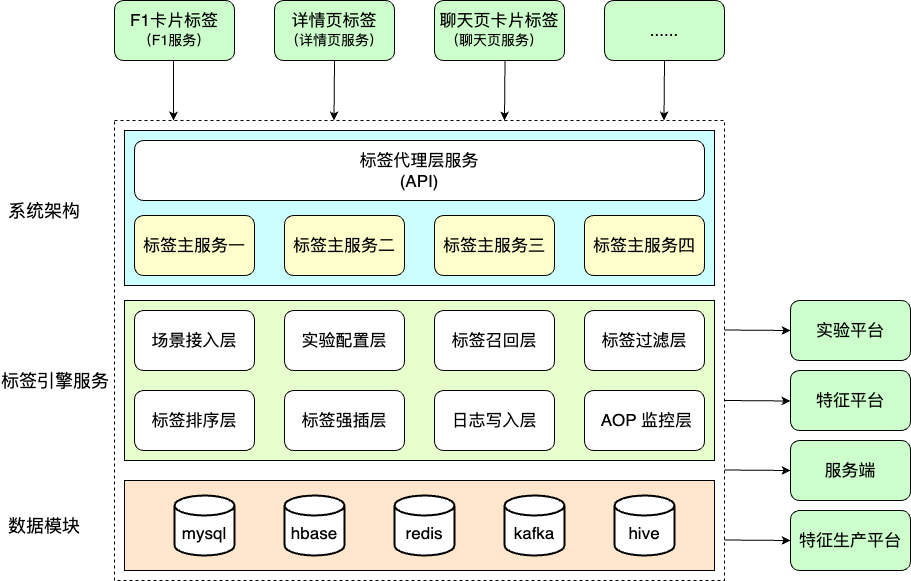
This is work-draw-file/标签平台架构图.png from liujunao/draw-data, a draw.io export, as it was before one commit. Source tidied: cells renumbered, new cells last; positions are measured from the earlier drawing's top-left corner, leaving out a move shared by most shapes.
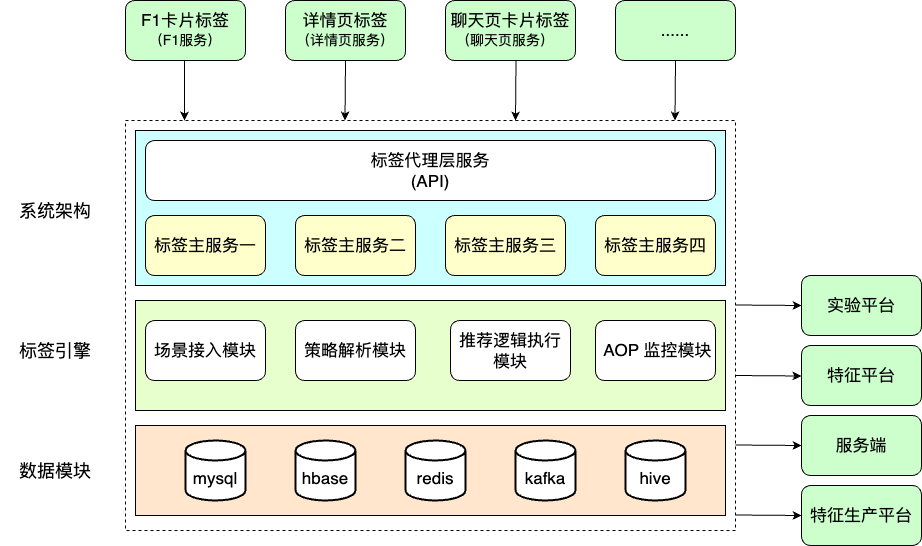
The same file after the commit.

Commit message:
更新标签平台架构图.png

What changed in the source:
```diff
@@ -3,13 +3,13 @@
     <mxCell id="0" />
     <mxCell id="1" parent="0" />
     <mxCell id="2" style="rounded=0;whiteSpace=wrap;html=1;dashed=1;" parent="1" vertex="1">
-      <mxGeometry x="114" y="120" width="610" height="460" as="geometry" />
+      <mxGeometry x="114" y="120" width="610" height="410" as="geometry" />
     </mxCell>
     <mxCell id="3" style="rounded=0;whiteSpace=wrap;html=1;fillColor=#FFE6CC;" parent="1" vertex="1">
-      <mxGeometry x="124" y="480" width="590" height="90" as="geometry" />
+      <mxGeometry x="124" y="425" width="590" height="90" as="geometry" />
     </mxCell>
     <mxCell id="4" style="rounded=0;whiteSpace=wrap;html=1;fillColor=#E6FFCC;" parent="1" vertex="1">
-      <mxGeometry x="124" y="300" width="590" height="160" as="geometry" />
+      <mxGeometry x="124" y="300" width="590" height="110" as="geometry" />
     </mxCell>
     <mxCell id="5" style="rounded=0;whiteSpace=wrap;html=1;fillColor=#CCFFFF;" parent="1" vertex="1">
       <mxGeometry x="124" y="130" width="590" height="155" as="geometry" />
@@ -41,62 +41,50 @@
     <mxCell id="14" value="&lt;font size=&quot;3&quot;&gt;标签主服务四&lt;/font&gt;" style="rounded=1;whiteSpace=wrap;html=1;fillColor=#FFFFCC;" parent="1" vertex="1">
       <mxGeometry x="584" y="215" width="120" height="60" as="geometry" />
     </mxCell>
-    <mxCell id="15" value="&lt;font size=&quot;3&quot;&gt;场景接入层&lt;/font&gt;" style="rounded=1;whiteSpace=wrap;html=1;" parent="1" vertex="1">
-      <mxGeometry x="134" y="310" width="120" height="60" as="geometry" />
+    <mxCell id="15" value="&lt;font size=&quot;3&quot;&gt;场景接入模块&lt;/font&gt;" style="rounded=1;whiteSpace=wrap;html=1;" parent="1" vertex="1">
+      <mxGeometry x="134" y="320" width="120" height="60" as="geometry" />
     </mxCell>
-    <mxCell id="16" value="&lt;font size=&quot;3&quot;&gt;实验配置层&lt;/font&gt;" style="rounded=1;whiteSpace=wrap;html=1;" parent="1" vertex="1">
-      <mxGeometry x="284" y="310" width="120" height="60" as="geometry" />
+    <mxCell id="16" value="&lt;font size=&quot;3&quot;&gt;策略解析模块&lt;/font&gt;" style="rounded=1;whiteSpace=wrap;html=1;" parent="1" vertex="1">
+      <mxGeometry x="284" y="320" width="120" height="60" as="geometry" />
     </mxCell>
-    <mxCell id="17" value="&lt;font size=&quot;3&quot;&gt;标签召回层&lt;/font&gt;" style="rounded=1;whiteSpace=wrap;html=1;" parent="1" vertex="1">
-      <mxGeometry x="434" y="310" width="120" height="60" as="geometry" />
-    </mxCell>
-    <mxCell id="18" value="&lt;font size=&quot;3&quot;&gt;标签过滤层&lt;/font&gt;" style="rounded=1;whiteSpace=wrap;html=1;" parent="1" vertex="1">
-      <mxGeometry x="584" y="310" width="120" height="60" as="geometry" />
-    </mxCell>
-    <mxCell id="19" value="&lt;font size=&quot;3&quot;&gt;标签排序层&lt;/font&gt;" style="rounded=1;whiteSpace=wrap;html=1;" parent="1" vertex="1">
-      <mxGeometry x="134" y="390" width="120" height="60" as="geometry" />
+    <mxCell id="19" value="&lt;font size=&quot;3&quot;&gt;推荐逻辑执行模块&lt;/font&gt;" style="rounded=1;whiteSpace=wrap;html=1;" parent="1" vertex="1">
+      <mxGeometry x="439" y="320" width="120" height="60" as="geometry" />
     </mxCell>
-    <mxCell id="20" value="&lt;font size=&quot;3&quot;&gt;标签强插层&lt;/font&gt;" style="rounded=1;whiteSpace=wrap;html=1;" parent="1" vertex="1">
-      <mxGeometry x="284" y="390" width="120" height="60" as="geometry" />
-    </mxCell>
     <mxCell id="21" value="&lt;font size=&quot;3&quot;&gt;特征平台&lt;/font&gt;" style="rounded=1;whiteSpace=wrap;html=1;fillColor=#CCFFCC;" parent="1" vertex="1">
-      <mxGeometry x="790" y="370" width="120" height="60" as="geometry" />
+      <mxGeometry x="790" y="345" width="120" height="60" as="geometry" />
     </mxCell>
     <mxCell id="22" value="&lt;br&gt;&lt;font size=&quot;3&quot;&gt;mysql&lt;/font&gt;" style="strokeWidth=2;html=1;shape=mxgraph.flowchart.database;whiteSpace=wrap;" parent="1" vertex="1">
-      <mxGeometry x="174" y="495" width="60" height="60" as="geometry" />
+      <mxGeometry x="174" y="440" width="60" height="60" as="geometry" />
     </mxCell>
     <mxCell id="23" value="&lt;br&gt;&lt;font size=&quot;3&quot;&gt;kafka&lt;/font&gt;" style="strokeWidth=2;html=1;shape=mxgraph.flowchart.database;whiteSpace=wrap;" parent="1" vertex="1">
-      <mxGeometry x="504" y="495" width="60" height="60" as="geometry" />
+      <mxGeometry x="504" y="440" width="60" height="60" as="geometry" />
     </mxCell>
     <mxCell id="24" value="&lt;font size=&quot;3&quot;&gt;特征生产平台&lt;/font&gt;" style="rounded=1;whiteSpace=wrap;html=1;fillColor=#CCFFCC;" parent="1" vertex="1">
-      <mxGeometry x="790" y="510" width="120" height="60" as="geometry" />
+      <mxGeometry x="790" y="485" width="120" height="60" as="geometry" />
     </mxCell>
     <mxCell id="25" value="&lt;br&gt;&lt;font size=&quot;3&quot;&gt;hbase&lt;/font&gt;" style="strokeWidth=2;html=1;shape=mxgraph.flowchart.database;whiteSpace=wrap;" parent="1" vertex="1">
-      <mxGeometry x="284" y="495" width="60" height="60" as="geometry" />
+      <mxGeometry x="284" y="440" width="60" height="60" as="geometry" />
     </mxCell>
     <mxCell id="26" value="&lt;br&gt;&lt;font size=&quot;3&quot;&gt;hive&lt;/font&gt;" style="strokeWidth=2;html=1;shape=mxgraph.flowchart.database;whiteSpace=wrap;" parent="1" vertex="1">
-      <mxGeometry x="614" y="495" width="60" height="60" as="geometry" />
+      <mxGeometry x="614" y="440" width="60" height="60" as="geometry" />
     </mxCell>
     <mxCell id="27" value="&lt;font size=&quot;3&quot;&gt;服务端&lt;/font&gt;" style="rounded=1;whiteSpace=wrap;html=1;fillColor=#CCFFCC;" parent="1" vertex="1">
-      <mxGeometry x="790" y="440" width="120" height="60" as="geometry" />
+      <mxGeometry x="790" y="415" width="120" height="60" as="geometry" />
     </mxCell>
     <mxCell id="28" value="&lt;br&gt;&lt;font size=&quot;3&quot;&gt;redis&lt;/font&gt;" style="strokeWidth=2;html=1;shape=mxgraph.flowchart.database;whiteSpace=wrap;" parent="1" vertex="1">
-      <mxGeometry x="394" y="495" width="60" height="60" as="geometry" />
+      <mxGeometry x="394" y="440" width="60" height="60" as="geometry" />
     </mxCell>
-    <mxCell id="29" value="&lt;font size=&quot;3&quot;&gt;日志写入层&lt;/font&gt;" style="rounded=1;whiteSpace=wrap;html=1;" parent="1" vertex="1">
-      <mxGeometry x="434" y="390" width="120" height="60" as="geometry" />
-    </mxCell>
-    <mxCell id="30" value="&lt;font size=&quot;3&quot;&gt;&amp;nbsp;AOP 监控层&lt;/font&gt;" style="rounded=1;whiteSpace=wrap;html=1;" parent="1" vertex="1">
-      <mxGeometry x="584" y="390" width="120" height="60" as="geometry" />
+    <mxCell id="30" value="&lt;font size=&quot;3&quot;&gt;&amp;nbsp;AOP 监控模块&lt;/font&gt;" style="rounded=1;whiteSpace=wrap;html=1;" parent="1" vertex="1">
+      <mxGeometry x="584" y="320" width="120" height="60" as="geometry" />
     </mxCell>
     <mxCell id="31" value="&lt;font style=&quot;font-size: 18px;&quot;&gt;系统架构&lt;/font&gt;" style="text;html=1;strokeColor=none;fillColor=none;align=center;verticalAlign=middle;whiteSpace=wrap;rounded=0;" parent="1" vertex="1">
       <mxGeometry x="4" y="195" width="80" height="30" as="geometry" />
     </mxCell>
-    <mxCell id="32" value="&lt;font style=&quot;font-size: 18px;&quot;&gt;标签引擎服务&lt;/font&gt;" style="text;html=1;strokeColor=none;fillColor=none;align=center;verticalAlign=middle;whiteSpace=wrap;rounded=0;" parent="1" vertex="1">
-      <mxGeometry y="365" width="110" height="30" as="geometry" />
+    <mxCell id="32" value="&lt;font style=&quot;font-size: 18px;&quot;&gt;标签引擎&lt;/font&gt;" style="text;html=1;strokeColor=none;fillColor=none;align=center;verticalAlign=middle;whiteSpace=wrap;rounded=0;" parent="1" vertex="1">
+      <mxGeometry x="-11" y="335" width="110" height="30" as="geometry" />
     </mxCell>
     <mxCell id="33" value="&lt;font style=&quot;font-size: 18px;&quot;&gt;数据模块&lt;/font&gt;" style="text;html=1;strokeColor=none;fillColor=none;align=center;verticalAlign=middle;whiteSpace=wrap;rounded=0;" parent="1" vertex="1">
-      <mxGeometry x="4" y="510" width="80" height="30" as="geometry" />
+      <mxGeometry x="4" y="455" width="80" height="30" as="geometry" />
     </mxCell>
     <mxCell id="34" value="&lt;font style=&quot;font-size: 14px;&quot;&gt;（F1服务）&lt;/font&gt;" style="text;html=1;strokeColor=none;fillColor=none;align=center;verticalAlign=middle;whiteSpace=wrap;rounded=0;" parent="1" vertex="1">
       <mxGeometry x="134" y="30" width="80" height="20" as="geometry" />
@@ -125,11 +113,11 @@
       </mxGeometry>
     </mxCell>
     <mxCell id="40" value="&lt;font size=&quot;3&quot;&gt;实验平台&lt;/font&gt;" style="rounded=1;whiteSpace=wrap;html=1;fillColor=#CCFFCC;" parent="1" vertex="1">
-      <mxGeometry x="790" y="300" width="120" height="60" as="geometry" />
+      <mxGeometry x="790" y="275" width="120" height="60" as="geometry" />
     </mxCell>
     <mxCell id="41" style="endArrow=classic;html=1;rounded=0;entryX=0;entryY=0.5;entryDx=0;entryDy=0;" parent="1" edge="1" target="40">
       <mxGeometry relative="1" as="geometry">
-        <mxPoint x="724" y="329.5" as="sourcePoint" />
+        <mxPoint x="724" y="304.5" as="sourcePoint" />
       </mxGeometry>
     </mxCell>
     <mxCell id="42" style="endArrow=classic;html=1;rounded=0;exitX=0.5;exitY=1;exitDx=0;exitDy=0;" parent="1" edge="1">
@@ -140,20 +128,20 @@
     </mxCell>
     <mxCell id="43" style="endArrow=classic;html=1;rounded=0;entryX=0;entryY=0.5;entryDx=0;entryDy=0;" parent="1" edge="1">
       <mxGeometry relative="1" as="geometry">
-        <mxPoint x="724" y="400" as="sourcePoint" />
-        <mxPoint x="790" y="400.5" as="targetPoint" />
+        <mxPoint x="724" y="375" as="sourcePoint" />
+        <mxPoint x="790" y="375.5" as="targetPoint" />
       </mxGeometry>
     </mxCell>
     <mxCell id="44" style="endArrow=classic;html=1;rounded=0;entryX=0;entryY=0.5;entryDx=0;entryDy=0;" parent="1" edge="1">
       <mxGeometry relative="1" as="geometry">
-        <mxPoint x="724" y="469.5" as="sourcePoint" />
-        <mxPoint x="790" y="470" as="targetPoint" />
+        <mxPoint x="724" y="444.5" as="sourcePoint" />
+        <mxPoint x="790" y="445" as="targetPoint" />
       </mxGeometry>
     </mxCell>
     <mxCell id="45" style="endArrow=classic;html=1;rounded=0;entryX=0;entryY=0.5;entryDx=0;entryDy=0;" parent="1" edge="1">
       <mxGeometry relative="1" as="geometry">
-        <mxPoint x="724" y="539.5" as="sourcePoint" />
-        <mxPoint x="790" y="540" as="targetPoint" />
+        <mxPoint x="724" y="514.5" as="sourcePoint" />
+        <mxPoint x="790" y="515" as="targetPoint" />
       </mxGeometry>
     </mxCell>
   </root>
```
